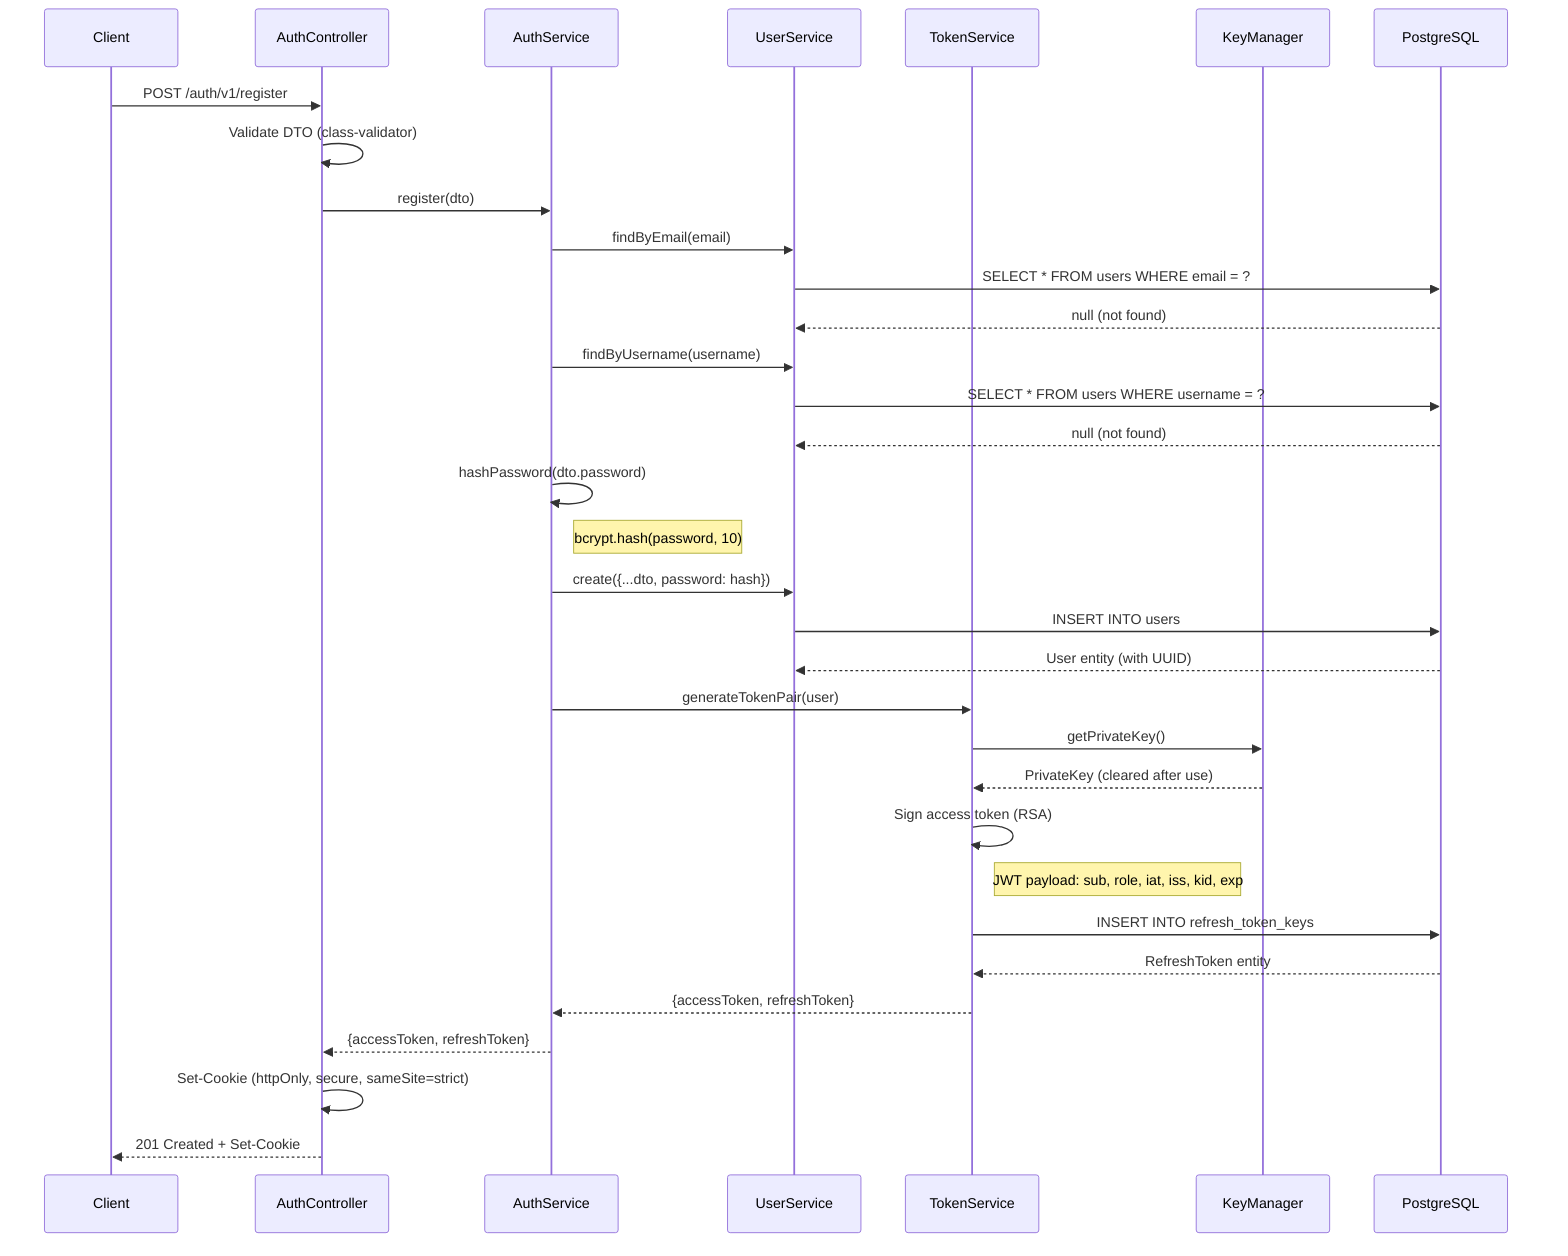
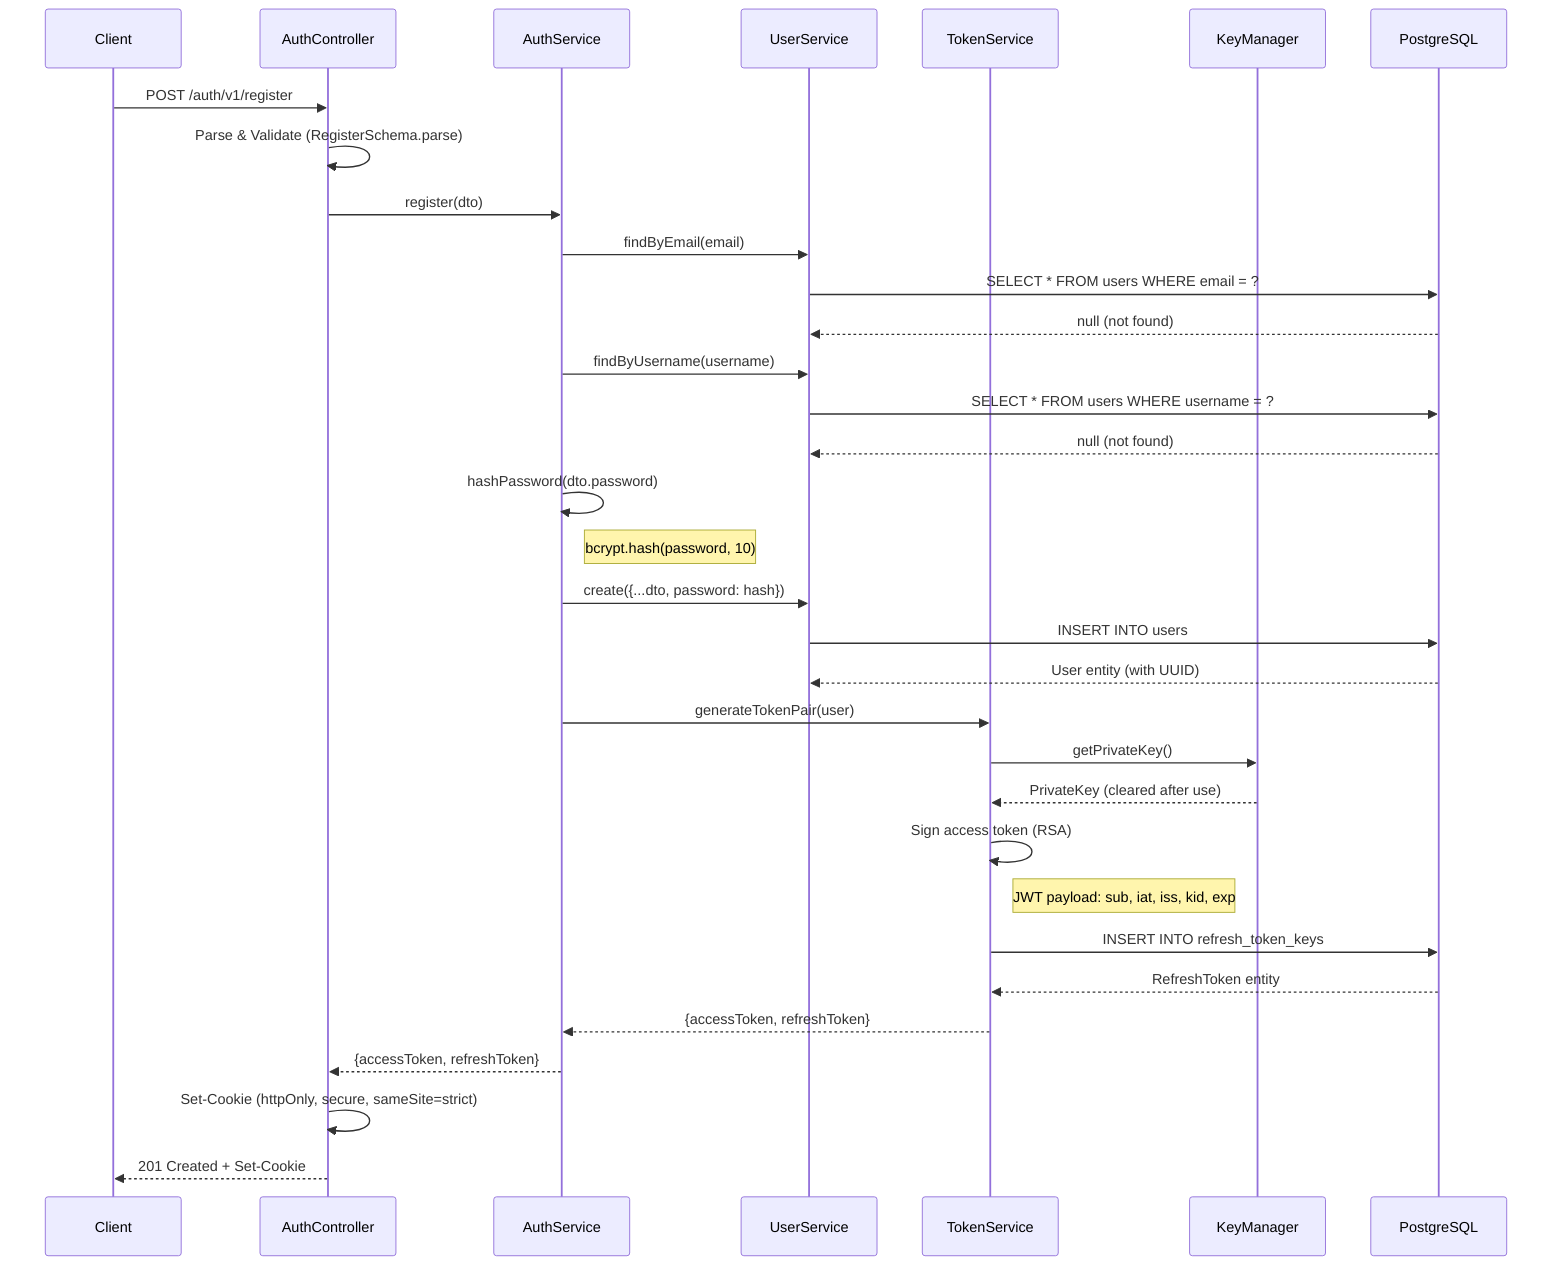
%% User Registration Sequence
%% Maps to: FR-1, FR-5, FR-13

sequenceDiagram
    participant Client
    participant AuthController
    participant AuthService
    participant UserService
    participant TokenService
    participant KeyManager
    participant PostgreSQL

    Client->>AuthController: POST /auth/v1/register
-     AuthController->>AuthController: Validate DTO (class-validator)
+     AuthController->>AuthController: Parse & Validate (RegisterSchema.parse)

    AuthController->>AuthService: register(dto)
    AuthService->>UserService: findByEmail(email)
    UserService->>PostgreSQL: SELECT * FROM users WHERE email = ?
    PostgreSQL-->>UserService: null (not found)

    AuthService->>UserService: findByUsername(username)
    UserService->>PostgreSQL: SELECT * FROM users WHERE username = ?
    PostgreSQL-->>UserService: null (not found)

    AuthService->>AuthService: hashPassword(dto.password)
    Note right of AuthService: bcrypt.hash(password, 10)

    AuthService->>UserService: create({...dto, password: hash})
    UserService->>PostgreSQL: INSERT INTO users
    PostgreSQL-->>UserService: User entity (with UUID)

    AuthService->>TokenService: generateTokenPair(user)
    TokenService->>KeyManager: getPrivateKey()
    KeyManager-->>TokenService: PrivateKey (cleared after use)

    TokenService->>TokenService: Sign access token (RSA)
-     Note right of TokenService: JWT payload: sub, role, iat, iss, kid, exp
+     Note right of TokenService: JWT payload: sub, iat, iss, kid, exp

    TokenService->>PostgreSQL: INSERT INTO refresh_token_keys
    PostgreSQL-->>TokenService: RefreshToken entity

    TokenService-->>AuthService: {accessToken, refreshToken}
    AuthService-->>AuthController: {accessToken, refreshToken}

    AuthController->>AuthController: Set-Cookie (httpOnly, secure, sameSite=strict)
    AuthController-->>Client: 201 Created + Set-Cookie
